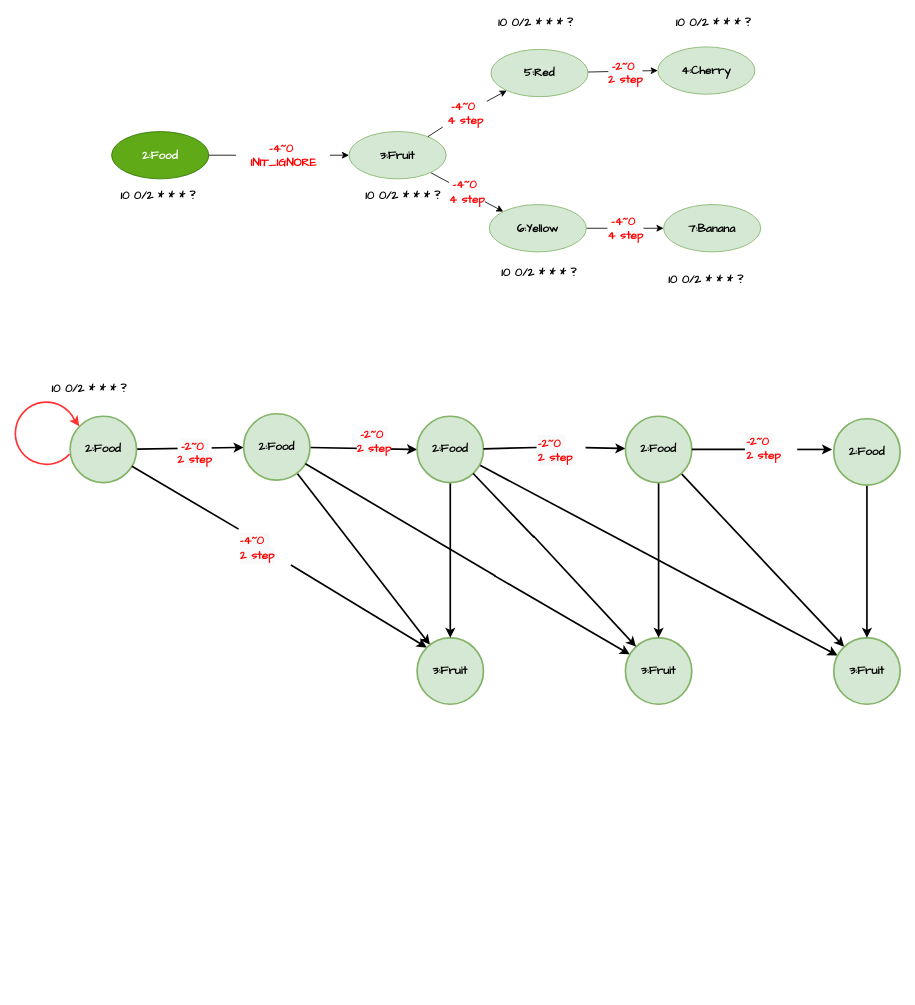
Above: src/main/leetcode_manuscripts/draw_io/project_1.drawio in wat1r/geek-algorithm-leetcode (draw.io), before the change. Source tidied: cells renumbered, new cells numbered last; positions are measured from the earlier drawing's top-left corner, leaving out a move shared by most shapes. Both pictures are drawn from the tidied source at 83%, with x=0, y=0 at pixel (15, 14).
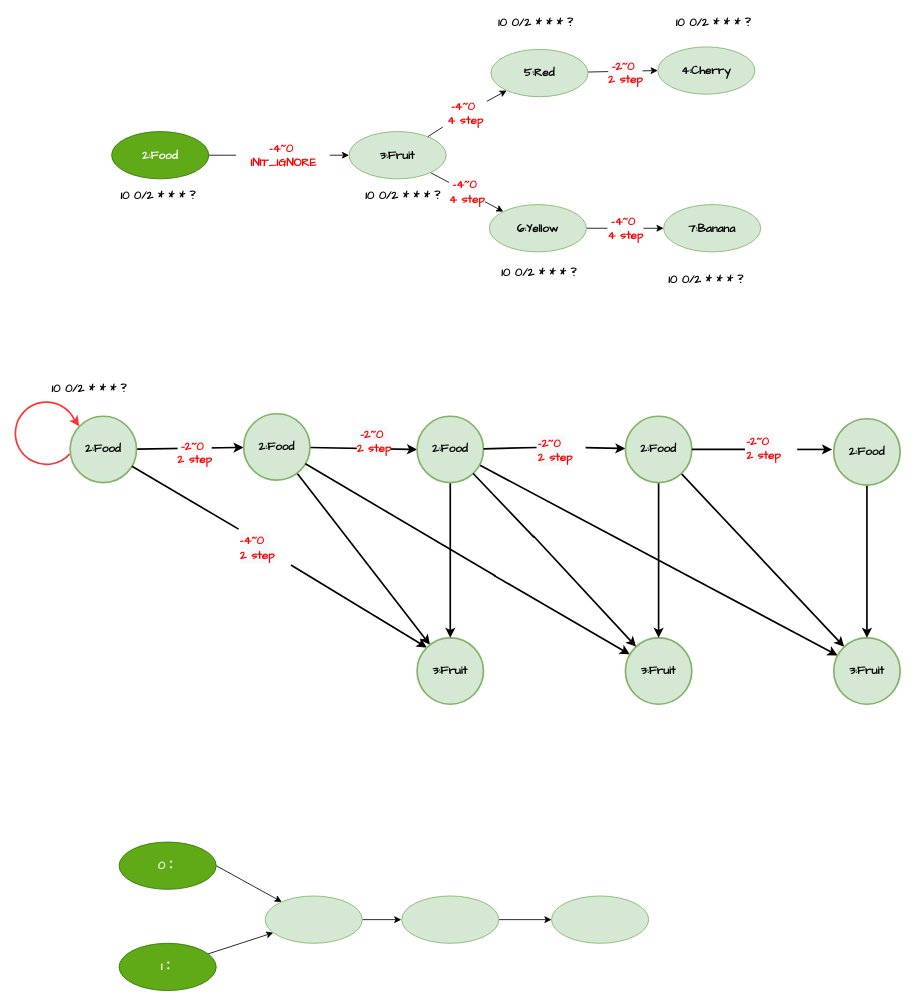
The same diagram, later.

What changed in the source:
```diff
@@
+    <mxCell id="56" style="rounded=0;jettySize=auto;html=1;exitX=1;exitY=0.5;exitDx=0;exitDy=0;" parent="1" edge="1" source="57" target="61">
+      <mxGeometry relative="1" as="geometry" />
+    </mxCell>
+    <mxCell id="57" value="0：" style="ellipse;whiteSpace=wrap;html=1;fillColor=#60a917;strokeColor=#2D7600;fontStyle=1;fontFamily=Comic Sans MS;fontSize=14;fontColor=#ffffff;" parent="1" vertex="1">
+      <mxGeometry x="125" y="997" width="117" height="57" as="geometry" />
+    </mxCell>
+    <mxCell id="58" style="edgeStyle=none;rounded=0;jettySize=auto;html=1;" parent="1" edge="1" source="59" target="61">
+      <mxGeometry relative="1" as="geometry" />
+    </mxCell>
+    <mxCell id="59" value="1：" style="ellipse;whiteSpace=wrap;html=1;fillColor=#60a917;strokeColor=#2D7600;fontStyle=1;fontFamily=Comic Sans MS;fontSize=14;fontColor=#ffffff;" parent="1" vertex="1">
+      <mxGeometry x="125" y="1119" width="117" height="57" as="geometry" />
+    </mxCell>
+    <mxCell id="60" style="edgeStyle=none;rounded=0;jettySize=auto;html=1;" parent="1" edge="1" source="61">
+      <mxGeometry relative="1" as="geometry">
+        <mxPoint x="465" y="1090.5" as="targetPoint" />
+      </mxGeometry>
+    </mxCell>
+    <mxCell id="61" style="ellipse;whiteSpace=wrap;html=1;fillColor=#d5e8d4;strokeColor=#82b366;fontStyle=1;fontFamily=Comic Sans MS;fontSize=14;" parent="1" vertex="1">
+      <mxGeometry x="301" y="1062" width="117" height="57" as="geometry" />
+    </mxCell>
+    <mxCell id="62" style="edgeStyle=none;rounded=0;jettySize=auto;html=1;" parent="1" edge="1" source="63" target="64">
+      <mxGeometry relative="1" as="geometry" />
+    </mxCell>
+    <mxCell id="63" style="ellipse;whiteSpace=wrap;html=1;fillColor=#d5e8d4;strokeColor=#82b366;fontStyle=1;fontFamily=Comic Sans MS;fontSize=14;" parent="1" vertex="1">
+      <mxGeometry x="465.5" y="1062" width="117" height="57" as="geometry" />
+    </mxCell>
+    <mxCell id="64" style="ellipse;whiteSpace=wrap;html=1;fillColor=#d5e8d4;strokeColor=#82b366;fontStyle=1;fontFamily=Comic Sans MS;fontSize=14;" parent="1" vertex="1">
+      <mxGeometry x="646" y="1062" width="117" height="57" as="geometry" />
+    </mxCell>
```
